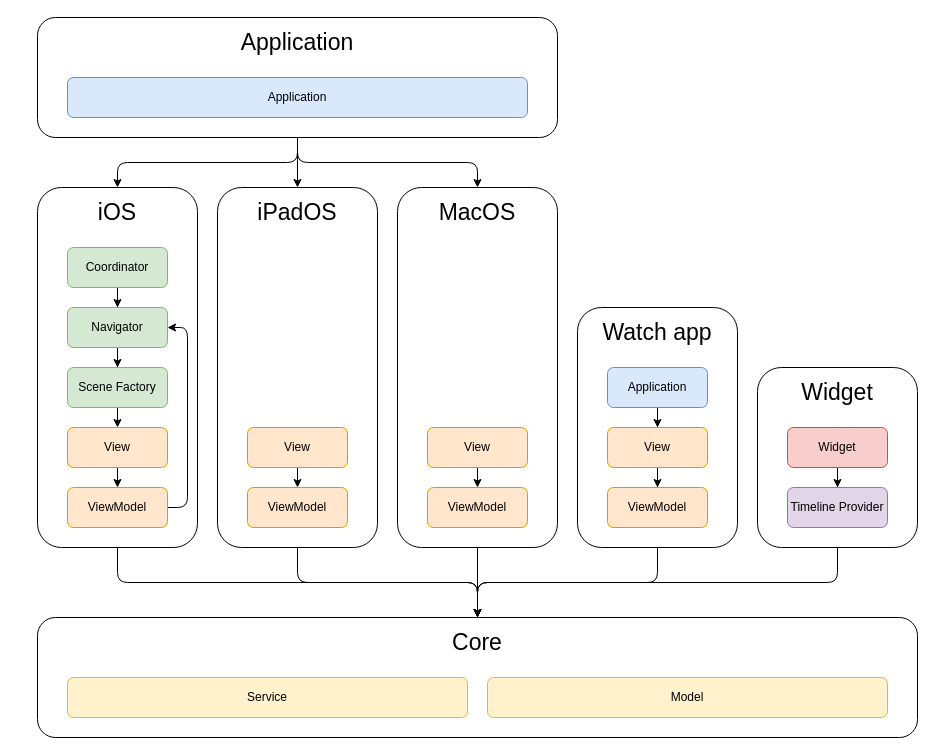
The draw.io diagram Documentation/Diagrams/architecture.drawio in badalnoky/TaskWise, before the edit. Source tidied: cells renumbered, new cells numbered last; positions are measured from the earlier drawing's top-left corner, leaving out a move shared by most shapes. Both pictures are drawn from the tidied source at 100%, with x=0, y=0 at pixel (37, 17).
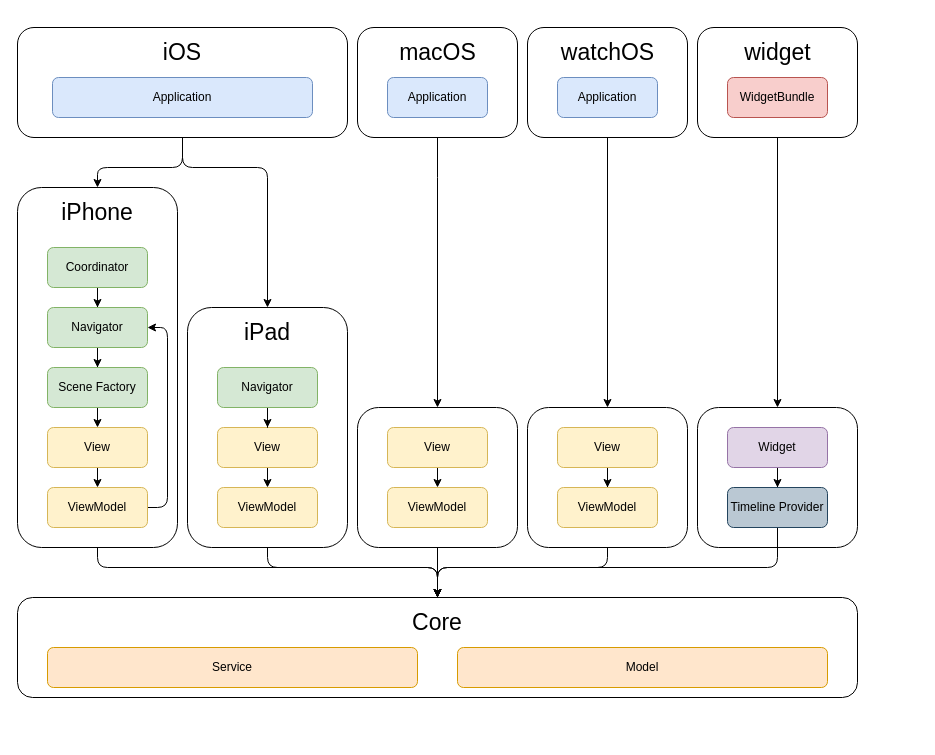
Above is the later version.

The edit, as a diff of the source:
```diff
@@
+    <mxCell id="12" style="edgeStyle=orthogonalEdgeStyle;rounded=1;jettySize=auto;html=1;curved=0;" parent="1" edge="1" source="14" target="51">
+      <mxGeometry relative="1" as="geometry">
+        <Array as="points">
+          <mxPoint x="230" y="550" />
+          <mxPoint x="400" y="550" />
+        </Array>
+      </mxGeometry>
+    </mxCell>
+    <mxCell id="14" style="rounded=1;whiteSpace=wrap;html=1;fillColor=none;" parent="1" vertex="1">
+      <mxGeometry x="150" y="290" width="160" height="240" as="geometry" />
+    </mxCell>
+    <mxCell id="9" style="edgeStyle=orthogonalEdgeStyle;rounded=1;jettySize=auto;html=1;curved=0;" parent="1" edge="1" source="2" target="51">
+      <mxGeometry relative="1" as="geometry">
+        <Array as="points">
+          <mxPoint x="60" y="550" />
+          <mxPoint x="400" y="550" />
+        </Array>
+      </mxGeometry>
+    </mxCell>
     <mxCell id="2" style="rounded=1;whiteSpace=wrap;html=1;fillColor=none;" parent="1" vertex="1">
-      <mxGeometry y="170" width="160" height="360" as="geometry" />
+      <mxGeometry x="-20" y="170" width="160" height="360" as="geometry" />
     </mxCell>
     <mxCell id="3" style="edgeStyle=orthogonalEdgeStyle;rounded=1;jettySize=auto;html=1;entryX=0.5;entryY=0;entryDx=0;entryDy=0;curved=0;" parent="1" edge="1" source="6" target="2">
-      <mxGeometry relative="1" as="geometry" />
+      <mxGeometry relative="1" as="geometry">
+        <Array as="points">
+          <mxPoint x="145" y="150" />
+          <mxPoint x="60" y="150" />
+        </Array>
+      </mxGeometry>
     </mxCell>
     <mxCell id="4" style="edgeStyle=orthogonalEdgeStyle;rounded=1;jettySize=auto;html=1;exitX=0.5;exitY=1;exitDx=0;exitDy=0;entryX=0.5;entryY=0;entryDx=0;entryDy=0;curved=0;" parent="1" edge="1" source="6" target="14">
-      <mxGeometry relative="1" as="geometry" />
+      <mxGeometry relative="1" as="geometry">
+        <Array as="points">
+          <mxPoint x="145" y="150" />
+          <mxPoint x="230" y="150" />
+        </Array>
+      </mxGeometry>
     </mxCell>
-    <mxCell id="5" style="edgeStyle=orthogonalEdgeStyle;rounded=1;jettySize=auto;html=1;exitX=0.5;exitY=1;exitDx=0;exitDy=0;entryX=0.5;entryY=0;entryDx=0;entryDy=0;curved=0;" parent="1" edge="1" source="6" target="32">
-      <mxGeometry relative="1" as="geometry" />
-    </mxCell>
     <mxCell id="6" style="rounded=1;whiteSpace=wrap;html=1;fillColor=none;" parent="1" vertex="1">
-      <mxGeometry width="520" height="120" as="geometry" />
+      <mxGeometry x="-20" y="10" width="330" height="110" as="geometry" />
     </mxCell>
-    <mxCell id="7" value="Application" style="text;html=1;strokeColor=none;fillColor=none;align=center;verticalAlign=middle;whiteSpace=wrap;rounded=0;fontSize=23;" parent="1" vertex="1">
-      <mxGeometry x="200" y="10" width="120" height="30" as="geometry" />
+    <mxCell id="7" value="iOS" style="text;html=1;strokeColor=none;fillColor=none;align=center;verticalAlign=middle;whiteSpace=wrap;rounded=0;fontSize=23;" parent="1" vertex="1">
+      <mxGeometry x="60" y="20" width="170" height="30" as="geometry" />
     </mxCell>
     <mxCell id="8" value="Application" style="rounded=1;whiteSpace=wrap;html=1;fillColor=#dae8fc;strokeColor=#6c8ebf;" parent="1" vertex="1">
-      <mxGeometry x="30" y="60" width="460" height="40" as="geometry" />
+      <mxGeometry x="15" y="60" width="260" height="40" as="geometry" />
     </mxCell>
-    <mxCell id="9" style="edgeStyle=orthogonalEdgeStyle;rounded=1;jettySize=auto;html=1;exitX=0.5;exitY=1;exitDx=0;exitDy=0;entryX=0.5;entryY=0;entryDx=0;entryDy=0;curved=0;" parent="1" edge="1" source="2" target="51">
-      <mxGeometry relative="1" as="geometry" />
-    </mxCell>
-    <mxCell id="10" style="edgeStyle=orthogonalEdgeStyle;rounded=1;jettySize=auto;html=1;entryX=0.5;entryY=0;entryDx=0;entryDy=0;curved=0;" parent="1" edge="1" source="46" target="51">
-      <mxGeometry relative="1" as="geometry" />
-    </mxCell>
-    <mxCell id="11" style="edgeStyle=orthogonalEdgeStyle;rounded=1;jettySize=auto;html=1;entryX=0.5;entryY=0;entryDx=0;entryDy=0;curved=0;" parent="1" edge="1" source="32" target="51">
-      <mxGeometry relative="1" as="geometry" />
-    </mxCell>
-    <mxCell id="12" style="edgeStyle=orthogonalEdgeStyle;rounded=1;jettySize=auto;html=1;entryX=0.5;entryY=0;entryDx=0;entryDy=0;curved=0;" parent="1" edge="1" source="14" target="51">
-      <mxGeometry relative="1" as="geometry" />
-    </mxCell>
-    <mxCell id="13" style="edgeStyle=orthogonalEdgeStyle;rounded=1;jettySize=auto;html=1;entryX=0.5;entryY=0;entryDx=0;entryDy=0;curved=0;" parent="1" edge="1" source="39" target="51">
-      <mxGeometry relative="1" as="geometry" />
-    </mxCell>
-    <mxCell id="14" style="rounded=1;whiteSpace=wrap;html=1;fillColor=none;" parent="1" vertex="1">
-      <mxGeometry x="180" y="170" width="160" height="360" as="geometry" />
-    </mxCell>
-    <mxCell id="15" value="iPadOS" style="text;html=1;strokeColor=none;fillColor=none;align=center;verticalAlign=middle;whiteSpace=wrap;rounded=0;fontSize=23;" parent="1" vertex="1">
-      <mxGeometry x="215" y="180" width="90" height="30" as="geometry" />
+    <mxCell id="15" value="iPad" style="text;html=1;strokeColor=none;fillColor=none;align=center;verticalAlign=middle;whiteSpace=wrap;rounded=0;fontSize=23;" parent="1" vertex="1">
+      <mxGeometry x="185" y="300" width="90" height="30" as="geometry" />
     </mxCell>
@@
-    <mxCell id="18" value="ViewModel" style="rounded=1;whiteSpace=wrap;html=1;fillColor=#ffe6cc;strokeColor=#d79b00;" parent="1" vertex="1">
-      <mxGeometry x="210" y="470" width="100" height="40" as="geometry" />
+    <mxCell id="18" value="ViewModel" style="rounded=1;whiteSpace=wrap;html=1;fillColor=#fff2cc;strokeColor=#d6b656;" parent="1" vertex="1">
+      <mxGeometry x="180" y="470" width="100" height="40" as="geometry" />
     </mxCell>
     <mxCell id="19" style="edgeStyle=orthogonalEdgeStyle;rounded=1;jettySize=auto;html=1;curved=0;entryX=0.5;entryY=0;entryDx=0;entryDy=0;exitX=0.5;exitY=1;exitDx=0;exitDy=0;" parent="1" edge="1" source="20" target="18">
       <mxGeometry relative="1" as="geometry">
         <Array as="points">
-          <mxPoint x="260" y="450" />
-          <mxPoint x="260" y="450" />
+          <mxPoint x="230" y="450" />
+          <mxPoint x="230" y="450" />
         </Array>
       </mxGeometry>
     </mxCell>
-    <mxCell id="20" value="View" style="rounded=1;whiteSpace=wrap;html=1;fillColor=#ffe6cc;strokeColor=#d79b00;" parent="1" vertex="1">
-      <mxGeometry x="210" y="410" width="100" height="40" as="geometry" />
+    <mxCell id="20" value="View" style="rounded=1;whiteSpace=wrap;html=1;fillColor=#fff2cc;strokeColor=#d6b656;" parent="1" vertex="1">
+      <mxGeometry x="180" y="410" width="100" height="40" as="geometry" />
     </mxCell>
-    <mxCell id="21" value="iOS" style="text;html=1;strokeColor=none;fillColor=none;align=center;verticalAlign=middle;whiteSpace=wrap;rounded=0;fontSize=23;" parent="1" vertex="1">
-      <mxGeometry x="50" y="180" width="60" height="30" as="geometry" />
+    <mxCell id="21" value="iPhone" style="text;html=1;strokeColor=none;fillColor=none;align=center;verticalAlign=middle;whiteSpace=wrap;rounded=0;fontSize=23;" parent="1" vertex="1">
+      <mxGeometry x="15" y="180" width="90" height="30" as="geometry" />
     </mxCell>
@@
     <mxCell id="23" value="Coordinator" style="rounded=1;whiteSpace=wrap;html=1;fillColor=#d5e8d4;strokeColor=#82b366;" parent="1" vertex="1">
-      <mxGeometry x="30" y="230" width="100" height="40" as="geometry" />
+      <mxGeometry x="10" y="230" width="100" height="40" as="geometry" />
     </mxCell>
@@
     <mxCell id="26" value="Navigator" style="rounded=1;whiteSpace=wrap;html=1;fillColor=#d5e8d4;strokeColor=#82b366;" parent="1" vertex="1">
-      <mxGeometry x="30" y="290" width="100" height="40" as="geometry" />
+      <mxGeometry x="10" y="290" width="100" height="40" as="geometry" />
     </mxCell>
     <mxCell id="27" value="Scene Factory" style="rounded=1;whiteSpace=wrap;html=1;fillColor=#d5e8d4;strokeColor=#82b366;" parent="1" vertex="1">
-      <mxGeometry x="30" y="350" width="100" height="40" as="geometry" />
+      <mxGeometry x="10" y="350" width="100" height="40" as="geometry" />
     </mxCell>
     <mxCell id="28" style="edgeStyle=orthogonalEdgeStyle;rounded=1;jettySize=auto;html=1;startArrow=none;startFill=0;exitX=1;exitY=0.5;exitDx=0;exitDy=0;endArrow=classic;endFill=1;flowAnimation=0;" parent="1" edge="1" source="29" target="26">
       <mxGeometry relative="1" as="geometry">
         <Array as="points">
-          <mxPoint x="150" y="490" />
-          <mxPoint x="150" y="310" />
+          <mxPoint x="130" y="490" />
+          <mxPoint x="130" y="310" />
         </Array>
       </mxGeometry>
     </mxCell>
-    <mxCell id="29" value="ViewModel" style="rounded=1;whiteSpace=wrap;html=1;fillColor=#ffe6cc;strokeColor=#d79b00;" parent="1" vertex="1">
-      <mxGeometry x="30" y="470" width="100" height="40" as="geometry" />
+    <mxCell id="29" value="ViewModel" style="rounded=1;whiteSpace=wrap;html=1;fillColor=#fff2cc;strokeColor=#d6b656;" parent="1" vertex="1">
+      <mxGeometry x="10" y="470" width="100" height="40" as="geometry" />
     </mxCell>
     <mxCell id="30" style="edgeStyle=orthogonalEdgeStyle;rounded=1;jettySize=auto;html=1;curved=0;entryX=0.5;entryY=0;entryDx=0;entryDy=0;exitX=0.5;exitY=1;exitDx=0;exitDy=0;" parent="1" edge="1" source="31" target="29">
       <mxGeometry relative="1" as="geometry">
         <Array as="points">
-          <mxPoint x="80" y="450" />
-          <mxPoint x="80" y="450" />
+          <mxPoint x="60" y="450" />
+          <mxPoint x="60" y="450" />
         </Array>
       </mxGeometry>
     </mxCell>
-    <mxCell id="31" value="View" style="rounded=1;whiteSpace=wrap;html=1;fillColor=#ffe6cc;strokeColor=#d79b00;" parent="1" vertex="1">
-      <mxGeometry x="30" y="410" width="100" height="40" as="geometry" />
+    <mxCell id="31" value="View" style="rounded=1;whiteSpace=wrap;html=1;fillColor=#fff2cc;strokeColor=#d6b656;" parent="1" vertex="1">
+      <mxGeometry x="10" y="410" width="100" height="40" as="geometry" />
     </mxCell>
+    <mxCell id="11" style="edgeStyle=orthogonalEdgeStyle;rounded=1;jettySize=auto;html=1;curved=0;" parent="1" edge="1" source="32" target="51">
+      <mxGeometry relative="1" as="geometry" />
+    </mxCell>
     <mxCell id="32" style="rounded=1;whiteSpace=wrap;html=1;fillColor=none;" parent="1" vertex="1">
-      <mxGeometry x="360" y="170" width="160" height="360" as="geometry" />
+      <mxGeometry x="320" y="390" width="160" height="140" as="geometry" />
     </mxCell>
-    <mxCell id="33" value="MacOS" style="text;html=1;strokeColor=none;fillColor=none;align=center;verticalAlign=middle;whiteSpace=wrap;rounded=0;fontSize=23;" parent="1" vertex="1">
-      <mxGeometry x="395" y="180" width="90" height="30" as="geometry" />
-    </mxCell>
@@
-    <mxCell id="36" value="ViewModel" style="rounded=1;whiteSpace=wrap;html=1;fillColor=#ffe6cc;strokeColor=#d79b00;" parent="1" vertex="1">
-      <mxGeometry x="390" y="470" width="100" height="40" as="geometry" />
+    <mxCell id="36" value="ViewModel" style="rounded=1;whiteSpace=wrap;html=1;fillColor=#fff2cc;strokeColor=#d6b656;" parent="1" vertex="1">
+      <mxGeometry x="350" y="470" width="100" height="40" as="geometry" />
     </mxCell>
     <mxCell id="37" style="edgeStyle=orthogonalEdgeStyle;rounded=1;jettySize=auto;html=1;curved=0;entryX=0.5;entryY=0;entryDx=0;entryDy=0;exitX=0.5;exitY=1;exitDx=0;exitDy=0;" parent="1" edge="1" source="38" target="36">
       <mxGeometry relative="1" as="geometry">
         <Array as="points">
-          <mxPoint x="440" y="450" />
-          <mxPoint x="440" y="450" />
+          <mxPoint x="400" y="450" />
+          <mxPoint x="400" y="450" />
         </Array>
       </mxGeometry>
     </mxCell>
-    <mxCell id="38" value="View" style="rounded=1;whiteSpace=wrap;html=1;fillColor=#ffe6cc;strokeColor=#d79b00;" parent="1" vertex="1">
-      <mxGeometry x="390" y="410" width="100" height="40" as="geometry" />
+    <mxCell id="38" value="View" style="rounded=1;whiteSpace=wrap;html=1;fillColor=#fff2cc;strokeColor=#d6b656;" parent="1" vertex="1">
+      <mxGeometry x="350" y="410" width="100" height="40" as="geometry" />
     </mxCell>
+    <mxCell id="13" style="edgeStyle=orthogonalEdgeStyle;rounded=1;jettySize=auto;html=1;curved=0;" parent="1" edge="1" source="39" target="51">
+      <mxGeometry relative="1" as="geometry">
+        <Array as="points">
+          <mxPoint x="570" y="550" />
+          <mxPoint x="400" y="550" />
+        </Array>
+      </mxGeometry>
+    </mxCell>
     <mxCell id="39" style="rounded=1;whiteSpace=wrap;html=1;fillColor=none;" parent="1" vertex="1">
-      <mxGeometry x="540" y="290" width="160" height="240" as="geometry" />
+      <mxGeometry x="490" y="390" width="160" height="140" as="geometry" />
     </mxCell>
-    <mxCell id="40" style="edgeStyle=orthogonalEdgeStyle;rounded=0;jettySize=auto;html=1;entryX=0.5;entryY=0;entryDx=0;entryDy=0;" parent="1" edge="1" source="41" target="43">
-      <mxGeometry relative="1" as="geometry" />
-    </mxCell>
-    <mxCell id="41" value="Application" style="rounded=1;whiteSpace=wrap;html=1;fillColor=#dae8fc;strokeColor=#6c8ebf;" parent="1" vertex="1">
-      <mxGeometry x="570" y="350" width="100" height="40" as="geometry" />
-    </mxCell>
@@
-    <mxCell id="43" value="View" style="rounded=1;whiteSpace=wrap;html=1;fillColor=#ffe6cc;strokeColor=#d79b00;" parent="1" vertex="1">
-      <mxGeometry x="570" y="410" width="100" height="40" as="geometry" />
+    <mxCell id="43" value="View" style="rounded=1;whiteSpace=wrap;html=1;fillColor=#fff2cc;strokeColor=#d6b656;" parent="1" vertex="1">
+      <mxGeometry x="520" y="410" width="100" height="40" as="geometry" />
     </mxCell>
-    <mxCell id="44" value="Watch app" style="text;html=1;strokeColor=none;fillColor=none;align=center;verticalAlign=middle;whiteSpace=wrap;rounded=0;fontSize=23;" parent="1" vertex="1">
-      <mxGeometry x="560" y="300" width="120" height="30" as="geometry" />
-    </mxCell>
-    <mxCell id="45" value="ViewModel" style="rounded=1;whiteSpace=wrap;html=1;fillColor=#ffe6cc;strokeColor=#d79b00;" parent="1" vertex="1">
-      <mxGeometry x="570" y="470" width="100" height="40" as="geometry" />
+    <mxCell id="45" value="ViewModel" style="rounded=1;whiteSpace=wrap;html=1;fillColor=#fff2cc;strokeColor=#d6b656;" parent="1" vertex="1">
+      <mxGeometry x="520" y="470" width="100" height="40" as="geometry" />
     </mxCell>
     <mxCell id="46" style="rounded=1;whiteSpace=wrap;html=1;fillColor=none;" parent="1" vertex="1">
-      <mxGeometry x="720" y="350" width="160" height="180" as="geometry" />
+      <mxGeometry x="660" y="390" width="160" height="140" as="geometry" />
     </mxCell>
@@
-    <mxCell id="48" value="Widget" style="rounded=1;whiteSpace=wrap;html=1;fillColor=#f8cecc;strokeColor=#b85450;" parent="1" vertex="1">
-      <mxGeometry x="750" y="410" width="100" height="40" as="geometry" />
+    <mxCell id="48" value="Widget" style="rounded=1;whiteSpace=wrap;html=1;fillColor=#e1d5e7;strokeColor=#9673a6;" parent="1" vertex="1">
+      <mxGeometry x="690" y="410" width="100" height="40" as="geometry" />
     </mxCell>
+    <mxCell id="55" style="edgeStyle=orthogonalEdgeStyle;rounded=1;jettySize=auto;html=1;curved=0;" parent="1" edge="1" source="49" target="51">
+      <mxGeometry relative="1" as="geometry">
+        <Array as="points">
+          <mxPoint x="740" y="550" />
+          <mxPoint x="400" y="550" />
+        </Array>
+      </mxGeometry>
+    </mxCell>
-    <mxCell id="49" value="Timeline Provider" style="rounded=1;whiteSpace=wrap;html=1;fillColor=#e1d5e7;strokeColor=#9673a6;" parent="1" vertex="1">
-      <mxGeometry x="750" y="470" width="100" height="40" as="geometry" />
+    <mxCell id="49" value="Timeline Provider" style="rounded=1;whiteSpace=wrap;html=1;fillColor=#bac8d3;strokeColor=#23445d;" parent="1" vertex="1">
+      <mxGeometry x="690" y="470" width="100" height="40" as="geometry" />
     </mxCell>
-    <mxCell id="50" value="Widget" style="text;html=1;strokeColor=none;fillColor=none;align=center;verticalAlign=middle;whiteSpace=wrap;rounded=0;fontSize=23;" parent="1" vertex="1">
-      <mxGeometry x="760" y="360" width="80" height="30" as="geometry" />
-    </mxCell>
     <mxCell id="51" style="rounded=1;whiteSpace=wrap;html=1;fillColor=none;" parent="1" vertex="1">
-      <mxGeometry y="600" width="880" height="120" as="geometry" />
+      <mxGeometry x="-20" y="580" width="840" height="100" as="geometry" />
     </mxCell>
-    <mxCell id="52" value="Model" style="rounded=1;whiteSpace=wrap;html=1;fillColor=#fff2cc;strokeColor=#d6b656;" parent="1" vertex="1">
-      <mxGeometry x="450" y="660" width="400" height="40" as="geometry" />
+    <mxCell id="52" value="Model" style="rounded=1;whiteSpace=wrap;html=1;fillColor=#ffe6cc;strokeColor=#d79b00;" parent="1" vertex="1">
+      <mxGeometry x="420" y="630" width="370" height="40" as="geometry" />
     </mxCell>
-    <mxCell id="53" value="Service" style="rounded=1;whiteSpace=wrap;html=1;fillColor=#fff2cc;strokeColor=#d6b656;" parent="1" vertex="1">
-      <mxGeometry x="30" y="660" width="400" height="40" as="geometry" />
+    <mxCell id="53" value="Service" style="rounded=1;whiteSpace=wrap;html=1;fillColor=#ffe6cc;strokeColor=#d79b00;" parent="1" vertex="1">
+      <mxGeometry x="10" y="630" width="370" height="40" as="geometry" />
     </mxCell>
     <mxCell id="54" value="Core" style="text;html=1;strokeColor=none;fillColor=none;align=center;verticalAlign=middle;whiteSpace=wrap;rounded=0;fontSize=23;" parent="1" vertex="1">
-      <mxGeometry x="410" y="610" width="60" height="30" as="geometry" />
+      <mxGeometry x="370" y="590" width="60" height="30" as="geometry" />
     </mxCell>
+    <mxCell id="56" style="edgeStyle=orthogonalEdgeStyle;rounded=0;jettySize=auto;html=1;entryX=0.5;entryY=0;entryDx=0;entryDy=0;" parent="1" edge="1" source="57" target="32">
+      <mxGeometry relative="1" as="geometry">
+        <Array as="points">
+          <mxPoint x="400" y="160" />
+          <mxPoint x="400" y="160" />
+        </Array>
+      </mxGeometry>
+    </mxCell>
+    <mxCell id="57" style="rounded=1;whiteSpace=wrap;html=1;fillColor=none;" parent="1" vertex="1">
+      <mxGeometry x="320" y="10" width="160" height="110" as="geometry" />
+    </mxCell>
+    <mxCell id="58" style="edgeStyle=orthogonalEdgeStyle;rounded=0;jettySize=auto;html=1;" parent="1" edge="1" source="59" target="20">
+      <mxGeometry relative="1" as="geometry" />
+    </mxCell>
+    <mxCell id="59" value="Navigator" style="rounded=1;whiteSpace=wrap;html=1;fillColor=#d5e8d4;strokeColor=#82b366;" parent="1" vertex="1">
+      <mxGeometry x="180" y="350" width="100" height="40" as="geometry" />
+    </mxCell>
+    <mxCell id="60" style="edgeStyle=orthogonalEdgeStyle;rounded=0;jettySize=auto;html=1;" parent="1" edge="1" source="61" target="39">
+      <mxGeometry relative="1" as="geometry" />
+    </mxCell>
+    <mxCell id="61" style="rounded=1;whiteSpace=wrap;html=1;fillColor=none;" parent="1" vertex="1">
+      <mxGeometry x="490" y="10" width="160" height="110" as="geometry" />
+    </mxCell>
+    <mxCell id="62" value="macOS" style="text;html=1;strokeColor=none;fillColor=none;align=center;verticalAlign=middle;whiteSpace=wrap;rounded=0;fontSize=23;" parent="1" vertex="1">
+      <mxGeometry x="362.5" y="20" width="75" height="30" as="geometry" />
+    </mxCell>
+    <mxCell id="63" value="watchOS" style="text;html=1;strokeColor=none;fillColor=none;align=center;verticalAlign=middle;whiteSpace=wrap;rounded=0;fontSize=23;" parent="1" vertex="1">
+      <mxGeometry x="522.5" y="20" width="95" height="30" as="geometry" />
+    </mxCell>
+    <mxCell id="64" value="Application" style="rounded=1;whiteSpace=wrap;html=1;fillColor=#dae8fc;strokeColor=#6c8ebf;" parent="1" vertex="1">
+      <mxGeometry x="520" y="60" width="100" height="40" as="geometry" />
+    </mxCell>
+    <mxCell id="65" value="Application" style="rounded=1;whiteSpace=wrap;html=1;fillColor=#dae8fc;strokeColor=#6c8ebf;" parent="1" vertex="1">
+      <mxGeometry x="350" y="60" width="100" height="40" as="geometry" />
+    </mxCell>
+    <mxCell id="66" style="edgeStyle=orthogonalEdgeStyle;rounded=0;jettySize=auto;html=1;entryX=0.5;entryY=0;entryDx=0;entryDy=0;" parent="1" edge="1" source="67" target="46">
+      <mxGeometry relative="1" as="geometry" />
+    </mxCell>
+    <mxCell id="67" style="rounded=1;whiteSpace=wrap;html=1;fillColor=none;" parent="1" vertex="1">
+      <mxGeometry x="660" y="10" width="160" height="110" as="geometry" />
+    </mxCell>
+    <mxCell id="68" value="widget" style="text;html=1;strokeColor=none;fillColor=none;align=center;verticalAlign=middle;whiteSpace=wrap;rounded=0;fontSize=23;" parent="1" vertex="1">
+      <mxGeometry x="692.5" y="20" width="95" height="30" as="geometry" />
+    </mxCell>
+    <mxCell id="69" value="WidgetBundle" style="rounded=1;whiteSpace=wrap;html=1;fillColor=#f8cecc;strokeColor=#b85450;" parent="1" vertex="1">
+      <mxGeometry x="690" y="60" width="100" height="40" as="geometry" />
+    </mxCell>
```
